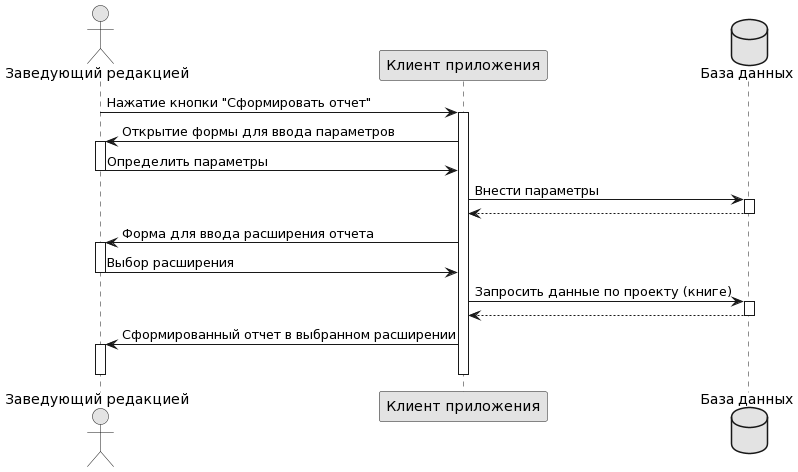
The PlantUML diagram Курсовой проект/uml_s.png in karinakanonik/karinakanonik.github.io, before a commit.
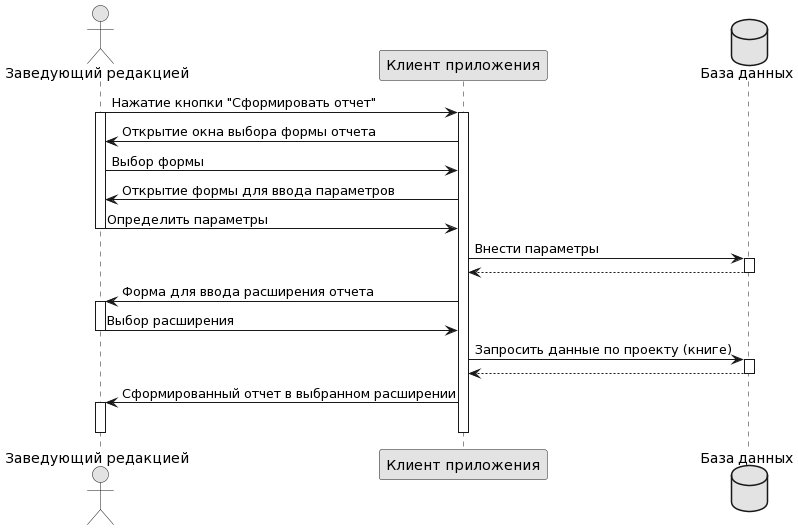
After the commit.

The edit, as a diff of the source:
```diff
@@ -5,10 +5,13 @@
 participant "Клиент приложения" as cli
 database "База данных" as db
 
+
 user -> cli: Нажатие кнопки "Сформировать отчет"
+activate user
 activate cli
+cli -> user: Открытие окна выбора формы отчета
+user -> cli: Выбор формы
 cli -> user: Открытие формы для ввода параметров
-activate user
 user -> cli: Определить параметры
 deactivate user
 cli-> db: Внести параметры
```
